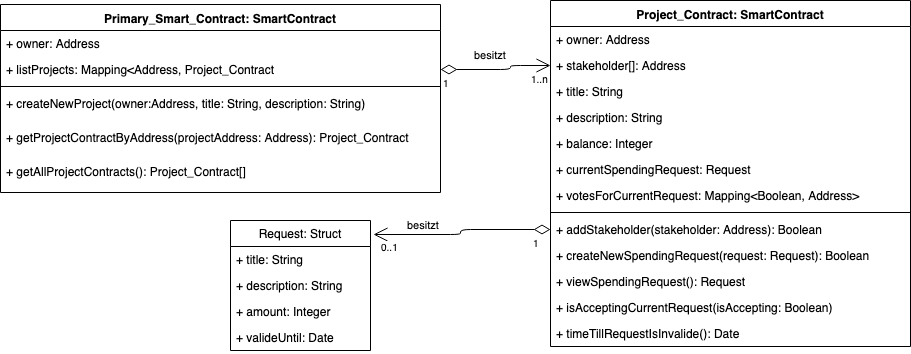
Before: Diagramme/Datenmodell.png, a diagram exported from draw.io (Exormeter/Blockchain). Source tidied: cells renumbered, new cells last; positions are measured from the earlier drawing's top-left corner, leaving out a move shared by most shapes.
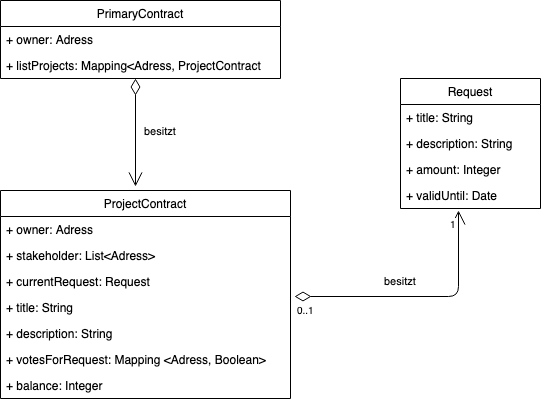
The same file after the commit.

Diff of the diagram source:
```diff
@@ -2,111 +2,72 @@
   <root>
     <mxCell id="0" />
     <mxCell id="1" parent="0" />
-    <mxCell id="2" value="Primary_Smart_Contract: SmartContract" style="swimlane;fontStyle=1;align=center;verticalAlign=top;horizontal=1;startSize=26;" parent="1" vertex="1">
-      <mxGeometry y="4" width="440" height="188" as="geometry" />
-    </mxCell>
-    <mxCell id="3" value="+ owner: Address&#10;" style="text;strokeColor=none;fillColor=none;align=left;verticalAlign=top;spacingLeft=4;spacingRight=4;overflow=hidden;" parent="2" vertex="1">
-      <mxGeometry y="26" width="440" height="26" as="geometry" />
-    </mxCell>
-    <mxCell id="4" value="+ listProjects: Mapping&lt;Address, Project_Contract&#10;" style="text;strokeColor=none;fillColor=none;align=left;verticalAlign=top;spacingLeft=4;spacingRight=4;overflow=hidden;points=[[0,0.5],[1,0.5]];portConstraint=eastwest;" parent="2" vertex="1">
-      <mxGeometry y="52" width="440" height="26" as="geometry" />
-    </mxCell>
-    <mxCell id="5" style="line;strokeWidth=1;fillColor=none;align=left;verticalAlign=middle;spacingTop=-1;spacingLeft=3;spacingRight=3;labelPosition=right;" parent="2" vertex="1">
-      <mxGeometry y="78" width="440" height="8" as="geometry" />
-    </mxCell>
-    <mxCell id="6" value="+ createNewProject(owner:Address, title: String, description: String)" style="text;strokeColor=none;fillColor=none;align=left;verticalAlign=top;spacingLeft=4;spacingRight=4;overflow=hidden;" parent="2" vertex="1">
-      <mxGeometry y="86" width="440" height="34" as="geometry" />
-    </mxCell>
-    <mxCell id="7" value="+ getProjectContractByAddress(projectAddress: Address): Project_Contract" style="text;strokeColor=none;fillColor=none;align=left;verticalAlign=top;spacingLeft=4;spacingRight=4;overflow=hidden;" parent="2" vertex="1">
-      <mxGeometry y="120" width="440" height="34" as="geometry" />
-    </mxCell>
-    <mxCell id="8" value="+ getAllProjectContracts(): Project_Contract[]&#10;&#10;" style="text;strokeColor=none;fillColor=none;align=left;verticalAlign=top;spacingLeft=4;spacingRight=4;overflow=hidden;" parent="2" vertex="1">
-      <mxGeometry y="154" width="440" height="34" as="geometry" />
-    </mxCell>
-    <mxCell id="9" value="Project_Contract: SmartContract" style="swimlane;fontStyle=1;align=center;verticalAlign=top;horizontal=1;startSize=26;" parent="1" vertex="1">
-      <mxGeometry x="550" width="360" height="346" as="geometry" />
-    </mxCell>
-    <mxCell id="10" value="+ owner: Address&#10;&#10;" style="text;strokeColor=none;fillColor=none;align=left;verticalAlign=top;spacingLeft=4;spacingRight=4;overflow=hidden;" parent="9" vertex="1">
-      <mxGeometry y="26" width="360" height="26" as="geometry" />
-    </mxCell>
-    <mxCell id="11" value="+ stakeholder[]: Address&#10;" style="text;strokeColor=none;fillColor=none;align=left;verticalAlign=top;spacingLeft=4;spacingRight=4;overflow=hidden;points=[[0,0.5],[1,0.5]];portConstraint=eastwest;" parent="9" vertex="1">
-      <mxGeometry y="52" width="360" height="26" as="geometry" />
-    </mxCell>
-    <mxCell id="12" value="+ title: String&#10;" style="text;strokeColor=none;fillColor=none;align=left;verticalAlign=top;spacingLeft=4;spacingRight=4;overflow=hidden;points=[[0,0.5],[1,0.5]];portConstraint=eastwest;" parent="9" vertex="1">
-      <mxGeometry y="78" width="360" height="26" as="geometry" />
-    </mxCell>
-    <mxCell id="13" value="+ description: String&#10;" style="text;strokeColor=none;fillColor=none;align=left;verticalAlign=top;spacingLeft=4;spacingRight=4;overflow=hidden;" parent="9" vertex="1">
-      <mxGeometry y="104" width="360" height="26" as="geometry" />
-    </mxCell>
-    <mxCell id="14" value="+ balance: Integer" style="text;strokeColor=none;fillColor=none;align=left;verticalAlign=top;spacingLeft=4;spacingRight=4;overflow=hidden;" parent="9" vertex="1">
-      <mxGeometry y="130" width="360" height="26" as="geometry" />
-    </mxCell>
-    <mxCell id="15" value="+ currentSpendingRequest: Request" style="text;strokeColor=none;fillColor=none;align=left;verticalAlign=top;spacingLeft=4;spacingRight=4;overflow=hidden;" parent="9" vertex="1">
-      <mxGeometry y="156" width="360" height="26" as="geometry" />
-    </mxCell>
-    <mxCell id="16" value="+ votesForCurrentRequest: Mapping&lt;Boolean, Address&gt;" style="text;strokeColor=none;fillColor=none;align=left;verticalAlign=top;spacingLeft=4;spacingRight=4;overflow=hidden;" parent="9" vertex="1">
-      <mxGeometry y="182" width="360" height="26" as="geometry" />
-    </mxCell>
-    <mxCell id="17" style="line;strokeWidth=1;fillColor=none;align=left;verticalAlign=middle;spacingTop=-1;spacingLeft=3;spacingRight=3;labelPosition=right;" parent="9" vertex="1">
-      <mxGeometry y="208" width="360" height="8" as="geometry" />
-    </mxCell>
-    <mxCell id="18" value="+ addStakeholder(stakeholder: Address): Boolean" style="text;strokeColor=none;fillColor=none;align=left;verticalAlign=top;spacingLeft=4;spacingRight=4;overflow=hidden;points=[[0,0.5],[1,0.5]];portConstraint=eastwest;" parent="9" vertex="1">
-      <mxGeometry y="216" width="360" height="26" as="geometry" />
-    </mxCell>
-    <mxCell id="19" value="+ createNewSpendingRequest(request: Request): Boolean" style="text;strokeColor=none;fillColor=none;align=left;verticalAlign=top;spacingLeft=4;spacingRight=4;overflow=hidden;" parent="9" vertex="1">
-      <mxGeometry y="242" width="360" height="26" as="geometry" />
-    </mxCell>
-    <mxCell id="20" value="+ viewSpendingRequest(): Request" style="text;strokeColor=none;fillColor=none;align=left;verticalAlign=top;spacingLeft=4;spacingRight=4;overflow=hidden;" parent="9" vertex="1">
-      <mxGeometry y="268" width="360" height="26" as="geometry" />
-    </mxCell>
-    <mxCell id="21" value="+ isAcceptingCurrentRequest(isAccepting: Boolean)" style="text;strokeColor=none;fillColor=none;align=left;verticalAlign=top;spacingLeft=4;spacingRight=4;overflow=hidden;" parent="9" vertex="1">
-      <mxGeometry y="294" width="360" height="26" as="geometry" />
-    </mxCell>
-    <mxCell id="22" value="+ timeTillRequestIsInvalide(): Date" style="text;strokeColor=none;fillColor=none;align=left;verticalAlign=top;spacingLeft=4;spacingRight=4;overflow=hidden;" parent="9" vertex="1">
-      <mxGeometry y="320" width="360" height="26" as="geometry" />
-    </mxCell>
-    <mxCell id="23" value="besitzt" style="endArrow=open;html=1;endSize=12;startArrow=diamondThin;startSize=14;startFill=0;edgeStyle=orthogonalEdgeStyle;exitX=1;exitY=0.5;exitDx=0;exitDy=0;entryX=0;entryY=0.5;entryDx=0;entryDy=0;" parent="1" edge="1" source="4" target="11">
-      <mxGeometry x="0.3" y="23" relative="1" as="geometry">
-        <Array as="points">
-          <mxPoint x="510" y="69" />
-          <mxPoint x="510" y="65" />
-        </Array>
-        <mxPoint x="-20" y="12" as="offset" />
-      </mxGeometry>
-    </mxCell>
-    <mxCell id="24" value="1" style="html=1;align=left;verticalAlign=top;labelBackgroundColor=#ffffff;fontSize=10;" parent="23" vertex="1">
-      <mxGeometry x="-1" relative="1" as="geometry" />
-    </mxCell>
-    <mxCell id="25" value="1..n" style="html=1;align=right;verticalAlign=top;labelBackgroundColor=#ffffff;fontSize=10;" parent="23" vertex="1">
-      <mxGeometry x="1" relative="1" as="geometry" />
-    </mxCell>
-    <mxCell id="26" value="Request: Struct" style="swimlane;fontStyle=0;horizontal=1;startSize=26;fillColor=none;" parent="1" vertex="1">
-      <mxGeometry x="230" y="220" width="140" height="130" as="geometry" />
-    </mxCell>
+    <mxCell id="34" value="PrimaryContract" style="swimlane;fontStyle=0;horizontal=1;startSize=26;fillColor=none;" parent="1" vertex="1">
+      <mxGeometry x="160" y="-56" width="280" height="78" as="geometry" />
+    </mxCell>
+    <mxCell id="35" value="+ owner: Adress" style="text;strokeColor=none;fillColor=none;align=left;verticalAlign=top;spacingLeft=4;spacingRight=4;overflow=hidden;" parent="34" vertex="1">
+      <mxGeometry y="26" width="280" height="26" as="geometry" />
+    </mxCell>
+    <mxCell id="36" value="+ listProjects: Mapping&lt;Adress, ProjectContract" style="text;strokeColor=none;fillColor=none;align=left;verticalAlign=top;spacingLeft=4;spacingRight=4;overflow=hidden;points=[[0,0.5],[1,0.5]];portConstraint=eastwest;" parent="34" vertex="1">
+      <mxGeometry y="52" width="280" height="26" as="geometry" />
+    </mxCell>
+    <mxCell id="37" value="Request" style="swimlane;fontStyle=0;horizontal=1;startSize=26;fillColor=none;" parent="1" vertex="1">
+      <mxGeometry x="560" y="22" width="140" height="130" as="geometry" />
+    </mxCell>
-    <mxCell id="27" value="+ title: String" style="text;strokeColor=none;fillColor=none;align=left;verticalAlign=top;spacingLeft=4;spacingRight=4;overflow=hidden;" parent="26" vertex="1">
+    <mxCell id="27" value="+ title: String" style="text;strokeColor=none;fillColor=none;align=left;verticalAlign=top;spacingLeft=4;spacingRight=4;overflow=hidden;" parent="37" vertex="1">
       <mxGeometry y="26" width="140" height="26" as="geometry" />
     </mxCell>
-    <mxCell id="28" value="+ description: String" style="text;strokeColor=none;fillColor=none;align=left;verticalAlign=top;spacingLeft=4;spacingRight=4;overflow=hidden;" parent="26" vertex="1">
+    <mxCell id="28" value="+ description: String" style="text;strokeColor=none;fillColor=none;align=left;verticalAlign=top;spacingLeft=4;spacingRight=4;overflow=hidden;" parent="37" vertex="1">
       <mxGeometry y="52" width="140" height="26" as="geometry" />
     </mxCell>
-    <mxCell id="29" value="+ amount: Integer" style="text;strokeColor=none;fillColor=none;align=left;verticalAlign=top;spacingLeft=4;spacingRight=4;overflow=hidden;" parent="26" vertex="1">
+    <mxCell id="29" value="+ amount: Integer" style="text;strokeColor=none;fillColor=none;align=left;verticalAlign=top;spacingLeft=4;spacingRight=4;overflow=hidden;" parent="37" vertex="1">
       <mxGeometry y="78" width="140" height="26" as="geometry" />
     </mxCell>
-    <mxCell id="30" value="+ valideUntil: Date" style="text;strokeColor=none;fillColor=none;align=left;verticalAlign=top;spacingLeft=4;spacingRight=4;overflow=hidden;" parent="26" vertex="1">
-      <mxGeometry y="104" width="140" height="26" as="geometry" />
-    </mxCell>
-    <mxCell id="31" value="besitzt" style="endArrow=open;html=1;endSize=12;startArrow=diamondThin;startSize=14;startFill=0;edgeStyle=orthogonalEdgeStyle;exitX=0;exitY=0.5;exitDx=0;exitDy=0;entryX=1.021;entryY=0.108;entryDx=0;entryDy=0;entryPerimeter=0;" parent="1" edge="1" source="18" target="26">
-      <mxGeometry x="0.45" y="-10" relative="1" as="geometry" />
-    </mxCell>
-    <mxCell id="32" value="1" style="html=1;align=left;verticalAlign=top;labelBackgroundColor=#ffffff;fontSize=10;" parent="31" vertex="1">
-      <mxGeometry x="-1" relative="1" as="geometry">
-        <mxPoint x="-20" as="offset" />
-      </mxGeometry>
-    </mxCell>
+    <mxCell id="38" value="+ validUntil: Date" style="text;strokeColor=none;fillColor=none;align=left;verticalAlign=top;spacingLeft=4;spacingRight=4;overflow=hidden;points=[[0,0.5],[1,0.5]];portConstraint=eastwest;" parent="37" vertex="1">
+      <mxGeometry y="104" width="140" height="26" as="geometry" />
+    </mxCell>
+    <mxCell id="39" value="ProjectContract" style="swimlane;fontStyle=0;horizontal=1;startSize=26;fillColor=none;" parent="1" vertex="1">
+      <mxGeometry x="160" y="134" width="290" height="208" as="geometry" />
+    </mxCell>
+    <mxCell id="40" value="+ owner: Adress" style="text;strokeColor=none;fillColor=none;align=left;verticalAlign=top;spacingLeft=4;spacingRight=4;overflow=hidden;" parent="39" vertex="1">
+      <mxGeometry y="26" width="290" height="26" as="geometry" />
+    </mxCell>
+    <mxCell id="41" value="+ stakeholder: List&lt;Adress&gt;" style="text;strokeColor=none;fillColor=none;align=left;verticalAlign=top;spacingLeft=4;spacingRight=4;overflow=hidden;" parent="39" vertex="1">
+      <mxGeometry y="52" width="290" height="26" as="geometry" />
+    </mxCell>
+    <mxCell id="42" value="+ currentRequest: Request" style="text;strokeColor=none;fillColor=none;align=left;verticalAlign=top;spacingLeft=4;spacingRight=4;overflow=hidden;" parent="39" vertex="1">
+      <mxGeometry y="78" width="290" height="26" as="geometry" />
+    </mxCell>
+    <mxCell id="12" value="+ title: String" style="text;strokeColor=none;fillColor=none;align=left;verticalAlign=top;spacingLeft=4;spacingRight=4;overflow=hidden;points=[[0,0.5],[1,0.5]];portConstraint=eastwest;" parent="39" vertex="1">
+      <mxGeometry y="104" width="290" height="26" as="geometry" />
+    </mxCell>
+    <mxCell id="13" value="+ description: String" style="text;strokeColor=none;fillColor=none;align=left;verticalAlign=top;spacingLeft=4;spacingRight=4;overflow=hidden;" parent="39" vertex="1">
+      <mxGeometry y="130" width="290" height="26" as="geometry" />
+    </mxCell>
+    <mxCell id="43" value="+ votesForRequest: Mapping &lt;Adress, Boolean&gt;" style="text;strokeColor=none;fillColor=none;align=left;verticalAlign=top;spacingLeft=4;spacingRight=4;overflow=hidden;" parent="39" vertex="1">
+      <mxGeometry y="156" width="290" height="26" as="geometry" />
+    </mxCell>
+    <mxCell id="14" value="+ balance: Integer" style="text;strokeColor=none;fillColor=none;align=left;verticalAlign=top;spacingLeft=4;spacingRight=4;overflow=hidden;" parent="39" vertex="1">
+      <mxGeometry y="182" width="290" height="26" as="geometry" />
+    </mxCell>
+    <mxCell id="44" value="besitzt" style="endArrow=open;html=1;endSize=12;startArrow=diamondThin;startSize=14;startFill=0;edgeStyle=orthogonalEdgeStyle;exitX=0.482;exitY=1;exitDx=0;exitDy=0;exitPerimeter=0;entryX=0.466;entryY=-0.019;entryDx=0;entryDy=0;entryPerimeter=0;" parent="1" edge="1" source="36" target="39">
+      <mxGeometry x="-0.04" y="25" relative="1" as="geometry" />
+    </mxCell>
+    <mxCell id="45" style="html=1;align=left;verticalAlign=top;labelBackgroundColor=#ffffff;fontSize=10;" parent="44" vertex="1">
+      <mxGeometry x="-1" relative="1" as="geometry" />
+    </mxCell>
+    <mxCell id="46" value="besitzt" style="endArrow=open;html=1;endSize=12;startArrow=diamondThin;startSize=14;startFill=0;edgeStyle=orthogonalEdgeStyle;exitX=1.014;exitY=0.077;exitDx=0;exitDy=0;exitPerimeter=0;entryX=0.414;entryY=1.077;entryDx=0;entryDy=0;entryPerimeter=0;" parent="1" edge="1" source="12" target="38">
+      <mxGeometry x="-0.15" y="16" relative="1" as="geometry">
+        <Array as="points">
+          <mxPoint x="618" y="240" />
+        </Array>
+      </mxGeometry>
+    </mxCell>
-    <mxCell id="33" value="0..1" style="html=1;align=right;verticalAlign=top;labelBackgroundColor=#ffffff;fontSize=10;" parent="31" vertex="1">
-      <mxGeometry x="1" relative="1" as="geometry">
-        <mxPoint x="27" y="-1" as="offset" />
-      </mxGeometry>
+    <mxCell id="33" value="0..1" style="html=1;align=left;verticalAlign=top;labelBackgroundColor=#ffffff;fontSize=10;" parent="46" vertex="1">
+      <mxGeometry x="-1" relative="1" as="geometry" />
     </mxCell>
+    <mxCell id="47" value="1" style="html=1;align=right;verticalAlign=top;labelBackgroundColor=#ffffff;fontSize=10;" parent="46" vertex="1">
+      <mxGeometry x="1" relative="1" as="geometry" />
+    </mxCell>
   </root>
 </mxGraphModel>
```
